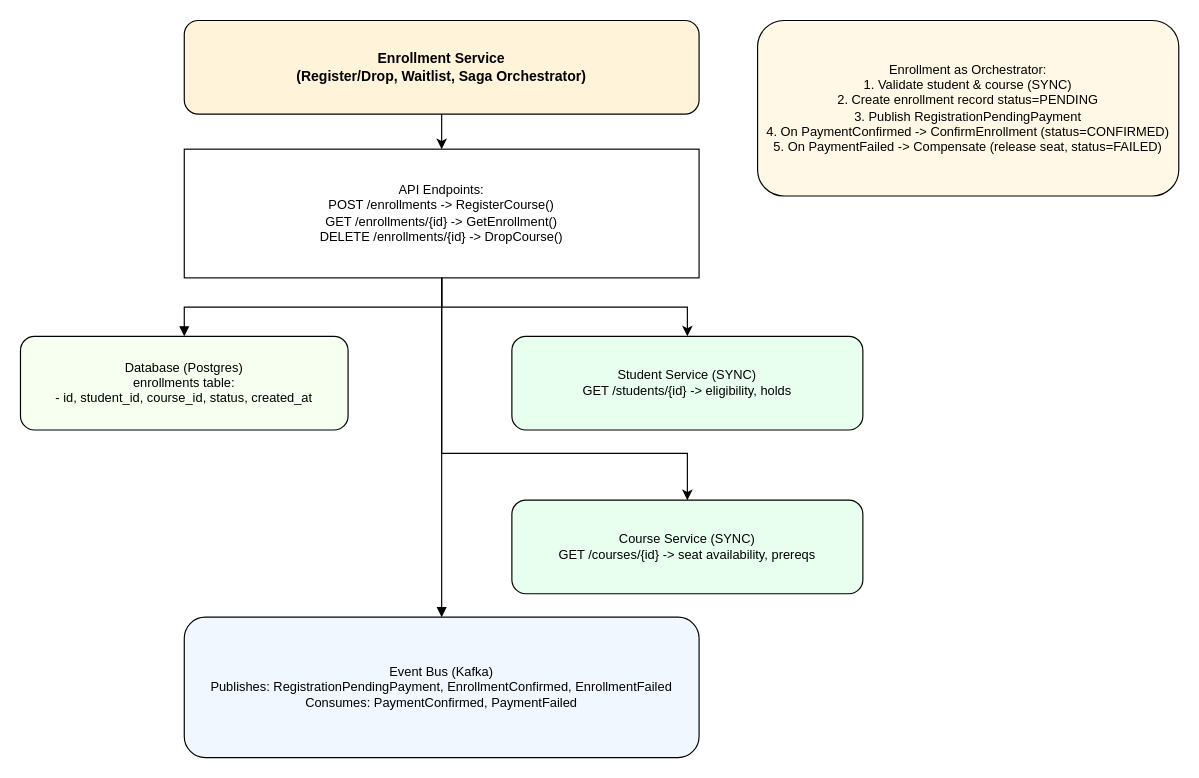
Before: enrolment_service.drawio in 2024mt03579/ums-enrollment-service, a draw.io diagram. Source tidied: cells renumbered, new cells numbered last; positions are measured from the earlier drawing's top-left corner, leaving out a move shared by most shapes. Both pictures are drawn from the tidied source at 117%, with x=0, y=0 at pixel (20, 20).
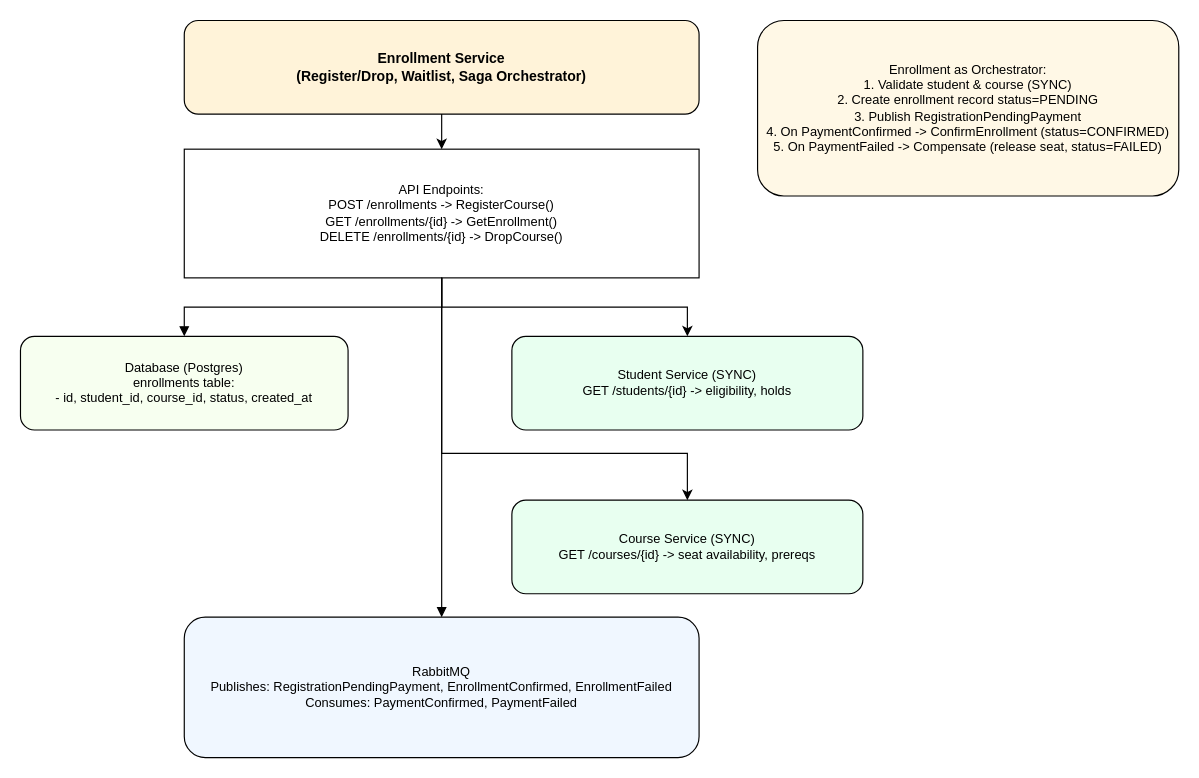
The same diagram, later.

Commit message:
updates to enrollment service draw.io

Diff of the diagram source:
```diff
@@
 <mxGraphModel>
   <root>
     <mxCell id="0" />
     <mxCell id="1" parent="0" />
     <mxCell id="2" style="edgeStyle=orthogonalEdgeStyle;rounded=0;jettySize=auto;html=1;exitX=0.5;exitY=1;exitDx=0;exitDy=0;entryX=0.5;entryY=0;entryDx=0;entryDy=0;" parent="1" edge="1" source="3" target="4">
       <mxGeometry relative="1" as="geometry" />
     </mxCell>
     <mxCell id="3" value="Enrollment Service&#10;(Register/Drop, Waitlist, Saga Orchestrator)" style="rounded=1;whiteSpace=wrap;html=1;fillColor=#FFF3D9;strokeColor=#000000;fontSize=12;fontStyle=1;" parent="1" vertex="1">
       <mxGeometry x="140" width="440" height="80" as="geometry" />
     </mxCell>
     <mxCell id="4" value="API Endpoints:&#10;POST /enrollments -&gt; RegisterCourse()&#10;GET /enrollments/{id} -&gt; GetEnrollment()&#10;DELETE /enrollments/{id} -&gt; DropCourse()" style="rounded=0;whiteSpace=wrap;html=1;fillColor=#FFFFFF;strokeColor=#000000;fontSize=11;" parent="1" vertex="1">
       <mxGeometry x="140" y="110" width="440" height="110" as="geometry" />
     </mxCell>
     <mxCell id="5" value="Database (Postgres)&#10;enrollments table:&#10;- id, student_id, course_id, status, created_at" style="rounded=1;whiteSpace=wrap;html=1;fillColor=#F7FFF0;strokeColor=#000000;fontSize=11;" parent="1" vertex="1">
       <mxGeometry y="270" width="280" height="80" as="geometry" />
     </mxCell>
     <mxCell id="6" value="Student Service (SYNC)&#10;GET /students/{id} -&gt; eligibility, holds" style="rounded=1;whiteSpace=wrap;html=1;fillColor=#E8FFF0;strokeColor=#000000;fontSize=11;" parent="1" vertex="1">
       <mxGeometry x="420" y="270" width="300" height="80" as="geometry" />
     </mxCell>
     <mxCell id="7" value="Course Service (SYNC)&#10;GET /courses/{id} -&gt; seat availability, prereqs" style="rounded=1;whiteSpace=wrap;html=1;fillColor=#E8FFF0;strokeColor=#000000;fontSize=11;" parent="1" vertex="1">
       <mxGeometry x="420" y="410" width="300" height="80" as="geometry" />
     </mxCell>
-    <mxCell id="8" value="Event Bus (Kafka)&lt;br&gt;Publishes: RegistrationPendingPayment, EnrollmentConfirmed, EnrollmentFailed&lt;br&gt;Consumes: PaymentConfirmed, PaymentFailed" style="rounded=1;whiteSpace=wrap;html=1;fillColor=#F0F7FF;strokeColor=#000000;fontSize=11;" parent="1" vertex="1">
+    <mxCell id="8" value="RabbitMQ&lt;div&gt;Publishes: RegistrationPendingPayment, EnrollmentConfirmed, EnrollmentFailed&lt;br&gt;Consumes: PaymentConfirmed, PaymentFailed&lt;/div&gt;" style="rounded=1;whiteSpace=wrap;html=1;fillColor=#F0F7FF;strokeColor=#000000;fontSize=11;" parent="1" vertex="1">
       <mxGeometry x="140" y="510" width="440" height="120" as="geometry" />
     </mxCell>
     <mxCell id="9" value="Enrollment as Orchestrator:&lt;br&gt;1. Validate student &amp;amp; course (SYNC)&lt;br&gt;2. Create enrollment record status=PENDING&lt;br&gt;3. Publish RegistrationPendingPayment&lt;br&gt;4. On PaymentConfirmed -&amp;gt; ConfirmEnrollment (status=CONFIRMED)&lt;br&gt;5. On PaymentFailed -&amp;gt; Compensate (release seat, status=FAILED)" style="rounded=1;whiteSpace=wrap;html=1;fillColor=#FFF8E6;strokeColor=#000000;fontSize=11;" parent="1" vertex="1">
       <mxGeometry x="630" width="360" height="150" as="geometry" />
     </mxCell>
     <mxCell id="10" style="edgeStyle=orthogonalEdgeStyle;rounded=0;html=1;strokeColor=#000000;endArrow=block;" parent="1" edge="1" source="4" target="5">
       <mxGeometry relative="1" as="geometry" />
     </mxCell>
     <mxCell id="11" style="edgeStyle=orthogonalEdgeStyle;rounded=0;html=1;strokeColor=#000000;" parent="1" edge="1" source="4" target="6">
       <mxGeometry relative="1" as="geometry" />
     </mxCell>
     <mxCell id="12" style="edgeStyle=orthogonalEdgeStyle;rounded=0;html=1;strokeColor=#000000;" parent="1" edge="1" source="4" target="7">
       <mxGeometry relative="1" as="geometry">
         <Array as="points">
           <mxPoint x="360" y="370" />
           <mxPoint x="570" y="370" />
         </Array>
       </mxGeometry>
     </mxCell>
     <mxCell id="13" style="edgeStyle=orthogonalEdgeStyle;rounded=0;html=1;strokeColor=#000000;endArrow=block;" parent="1" edge="1" source="4" target="8">
       <mxGeometry relative="1" as="geometry" />
     </mxCell>
   </root>
 </mxGraphModel>
```
